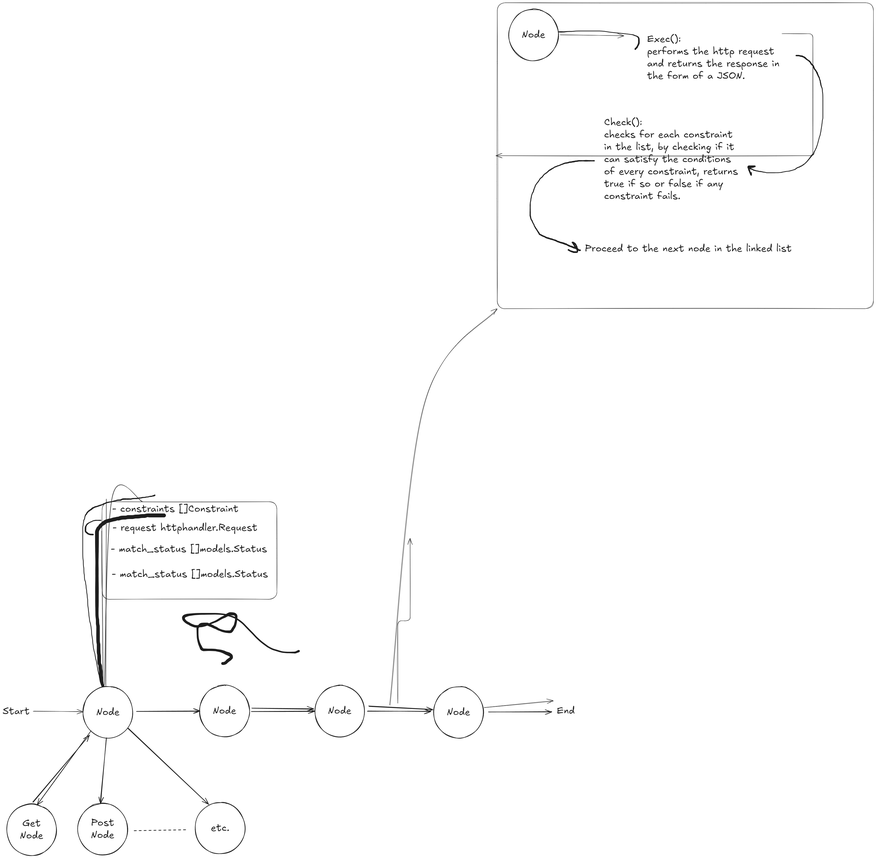
The Excalidraw diagram docs.excalidraw.png in ZiyadAlHaqbani/restngo, before a commit. Source tidied: one line per element, renumbered; positions are measured from the earlier drawing's top-left corner, leaving out a move shared by most shapes. The source it was exported from:
```json
{"id": 0, "type": "ellipse", "strokeColor": "#1e1e1e", "strokeWidth": 2, "roughness": 1, "round": true, "x": 294, "y": 2503, "width": 182, "height": 189}
{"id": 1, "type": "text", "text": "Node", "strokeColor": "#1e1e1e", "strokeWidth": 2, "roughness": 1, "fontSize": 36, "fontFamily": 5, "textAlign": "center", "verticalAlign": "middle", "inside": 0, "x": 342, "y": 2575, "width": 85, "height": 45}
{"id": 2, "type": "ellipse", "strokeColor": "#1e1e1e", "strokeWidth": 2, "roughness": 1, "round": true, "x": 14, "y": 2933, "width": 182, "height": 189}
{"id": 3, "type": "text", "text": "Get\nNode", "strokeColor": "#1e1e1e", "strokeWidth": 2, "roughness": 1, "fontSize": 36, "fontFamily": 5, "textAlign": "center", "verticalAlign": "middle", "inside": 2, "x": 63, "y": 2983, "width": 85, "height": 90}
{"id": 4, "type": "ellipse", "strokeColor": "#1e1e1e", "strokeWidth": 2, "roughness": 1, "round": true, "x": 274, "y": 2931, "width": 182, "height": 189}
{"id": 5, "type": "text", "text": "Post\nNode", "strokeColor": "#1e1e1e", "strokeWidth": 2, "roughness": 1, "fontSize": 36, "fontFamily": 5, "textAlign": "center", "verticalAlign": "middle", "inside": 4, "x": 323, "y": 2981, "width": 85, "height": 90}
{"id": 6, "type": "ellipse", "strokeColor": "#1e1e1e", "strokeWidth": 2, "roughness": 1, "round": true, "x": 704, "y": 2927, "width": 182, "height": 189}
{"id": 7, "type": "text", "text": "etc.", "strokeColor": "#1e1e1e", "strokeWidth": 2, "roughness": 1, "fontSize": 36, "fontFamily": 5, "textAlign": "center", "verticalAlign": "middle", "inside": 6, "x": 762, "y": 2999, "width": 67, "height": 45}
{"id": 8, "type": "arrow", "strokeColor": "#1e1e1e", "strokeWidth": 2, "roughness": 1, "endArrowhead": "arrow", "round": true, "from": 0, "to": 2, "x": 323, "y": 2665, "width": 198, "height": 270, "points": [[0, 0], [-198, 270]]}
{"id": 9, "type": "arrow", "strokeColor": "#1e1e1e", "strokeWidth": 2, "roughness": 1, "endArrowhead": "arrow", "round": true, "from": 0, "to": 4, "x": 379, "y": 2691, "width": 22, "height": 240, "points": [[0, 0], [-22, 240]]}
{"id": 10, "type": "arrow", "strokeColor": "#1e1e1e", "strokeWidth": 2, "roughness": 1, "endArrowhead": "arrow", "round": true, "from": 0, "to": 6, "x": 458, "y": 2656, "width": 295, "height": 278, "points": [[0, 0], [295, 278]]}
{"id": 11, "type": "line", "strokeColor": "#1e1e1e", "strokeWidth": 2, "strokeStyle": "dashed", "roughness": 1, "round": true, "x": 480, "y": 3031, "width": 194, "height": 5, "points": [[0, 0], [194, -5]]}
{"id": 12, "type": "ellipse", "strokeColor": "#1e1e1e", "strokeWidth": 2, "roughness": 1, "round": true, "x": 721, "y": 2499, "width": 182, "height": 189}
{"id": 13, "type": "text", "text": "Node", "strokeColor": "#1e1e1e", "strokeWidth": 2, "roughness": 1, "fontSize": 36, "fontFamily": 5, "textAlign": "center", "verticalAlign": "middle", "inside": 12, "x": 769, "y": 2571, "width": 85, "height": 45}
{"id": 14, "type": "arrow", "strokeColor": "#1e1e1e", "strokeWidth": 2, "roughness": 1, "endArrowhead": "arrow", "round": true, "x": 490, "y": 2594, "width": 231, "height": 1, "points": [[0, 0], [231, -1]]}
{"id": 15, "type": "ellipse", "strokeColor": "#1e1e1e", "strokeWidth": 2, "roughness": 1, "round": true, "x": 1142, "y": 2499, "width": 182, "height": 189}
{"id": 16, "type": "text", "text": "Node", "strokeColor": "#1e1e1e", "strokeWidth": 2, "roughness": 1, "fontSize": 36, "fontFamily": 5, "textAlign": "center", "verticalAlign": "middle", "inside": 15, "x": 1191, "y": 2571, "width": 85, "height": 45}
{"id": 17, "type": "text", "text": "- constraints []Constraint", "strokeColor": "#1e1e1e", "strokeWidth": 1, "strokeStyle": "dashed", "roughness": 1, "fontSize": 36, "fontFamily": 5, "x": 401, "y": 1831, "width": 462, "height": 45}
{"id": 18, "type": "text", "text": "- request httphandler.Request", "strokeColor": "#1e1e1e", "strokeWidth": 1, "strokeStyle": "dashed", "roughness": 1, "fontSize": 36, "fontFamily": 5, "x": 402, "y": 1900, "width": 530, "height": 45}
{"id": 19, "type": "text", "text": "- match_status []models.Status", "strokeColor": "#1e1e1e", "strokeWidth": 1, "strokeStyle": "dashed", "roughness": 1, "fontSize": 36, "fontFamily": 5, "x": 396, "y": 1978, "width": 571, "height": 45}
{"id": 20, "type": "text", "text": "- match_status []models.Status", "strokeColor": "#1e1e1e", "strokeWidth": 1, "strokeStyle": "dashed", "roughness": 1, "fontSize": 36, "fontFamily": 5, "x": 399, "y": 2070, "width": 571, "height": 45}
{"id": 21, "type": "rectangle", "strokeColor": "#1e1e1e", "strokeWidth": 1, "roughness": 1, "round": true, "x": 364, "y": 1827, "width": 640, "height": 357}
{"id": 22, "type": "line", "strokeColor": "#1e1e1e", "strokeWidth": 1, "roughness": 1, "round": true, "x": 368, "y": 2501, "width": 5, "height": 566, "points": [[0, 0], [-5, -566]]}
{"id": 23, "type": "arrow", "strokeColor": "#1e1e1e", "strokeWidth": 1, "roughness": 1, "endArrowhead": "arrow", "round": true, "to": 0, "x": 111, "y": 2595, "width": 182, "height": 0, "points": [[0, 0], [182, 0]]}
{"id": 24, "type": "text", "text": "Start", "strokeColor": "#1e1e1e", "strokeWidth": 1, "roughness": 1, "fontSize": 36, "fontFamily": 5, "x": 0, "y": 2572, "width": 99, "height": 45}
{"id": 25, "type": "ellipse", "strokeColor": "#1e1e1e", "strokeWidth": 2, "roughness": 1, "round": true, "x": 1577, "y": 2503, "width": 182, "height": 189}
{"id": 26, "type": "text", "text": "Node", "strokeColor": "#1e1e1e", "strokeWidth": 2, "roughness": 1, "fontSize": 36, "fontFamily": 5, "textAlign": "center", "verticalAlign": "middle", "inside": 25, "x": 1625, "y": 2575, "width": 85, "height": 45}
{"id": 27, "type": "text", "text": "End", "strokeColor": "#1e1e1e", "strokeWidth": 1, "roughness": 1, "fontSize": 36, "fontFamily": 5, "x": 2028, "y": 2571, "width": 66, "height": 45}
{"id": 28, "type": "arrow", "strokeColor": "#1e1e1e", "strokeWidth": 1, "roughness": 1, "endArrowhead": "arrow", "round": true, "x": 1416, "y": 2572, "width": 394, "height": 1450, "points": [[0, 0], [125, -1096], [394, -1450]]}
{"id": 29, "type": "rectangle", "strokeColor": "#1e1e1e", "strokeWidth": 1, "roughness": 1, "round": true, "x": 1810, "y": 0, "width": 1377, "height": 1120}
{"id": 30, "type": "arrow", "strokeColor": "#1e1e1e", "strokeWidth": 2, "roughness": 1, "endArrowhead": "arrow", "round": true, "x": 911, "y": 2594, "width": 231, "height": 1, "points": [[0, 0], [231, -1]]}
{"id": 31, "type": "arrow", "strokeColor": "#1e1e1e", "strokeWidth": 2, "roughness": 1, "endArrowhead": "arrow", "round": true, "x": 1335, "y": 2594, "width": 231, "height": 1, "points": [[0, 0], [231, -1]]}
{"id": 32, "type": "arrow", "strokeColor": "#1e1e1e", "strokeWidth": 2, "roughness": 1, "endArrowhead": "arrow", "round": true, "x": 1778, "y": 2595, "width": 231, "height": 1, "points": [[0, 0], [231, -1]]}
{"id": 33, "type": "ellipse", "strokeColor": "#1e1e1e", "strokeWidth": 2, "roughness": 1, "round": true, "x": 1852, "y": 23, "width": 182, "height": 189}
{"id": 34, "type": "text", "text": "Node", "strokeColor": "#1e1e1e", "strokeWidth": 2, "roughness": 1, "fontSize": 36, "fontFamily": 5, "textAlign": "center", "verticalAlign": "middle", "inside": 33, "x": 1900, "y": 96, "width": 85, "height": 45}
{"id": 35, "type": "arrow", "strokeColor": "#1e1e1e", "strokeWidth": 1, "roughness": 1, "endArrowhead": "arrow", "round": true, "x": 2040, "y": 118, "width": 0, "height": 1, "points": [[0, 0], [233, 4]]}
{"id": 36, "type": "text", "text": "Exec():\nperforms the http request\nand returns the response in\nthe form of a JSON.", "strokeColor": "#1e1e1e", "strokeWidth": 1, "roughness": 1, "fontSize": 36, "fontFamily": 5, "x": 2358, "y": 112, "width": 485, "height": 180}
{"id": 37, "type": "freedraw", "strokeColor": "#1e1e1e", "strokeWidth": 1, "roughness": 1, "x": 2927, "y": 193, "width": 273, "height": 438, "points": [[-23, 0], [-5, 2], [16, 14], [31, 26], [44, 49], [57, 73], [66, 101], [75, 141], [75, 192], [72, 246], [65, 291], [51, 335], [38, 363], [10, 394], [-20, 410], [-64, 424], [-114, 429], [-151, 424], [-181, 420], [-197, 413], [-187, 408], [-175, 406], [-189, 406], [-195, 413], [-189, 436]]}
{"id": 38, "type": "text", "text": "Check():\nchecks for each constraint\nin the list, by checking if it\ncan satisfy the conditions\nof every constraint, returns\ntrue if so or false if any\nconstraint fails.", "strokeColor": "#1e1e1e", "strokeWidth": 1, "roughness": 1, "fontSize": 36, "fontFamily": 5, "x": 2201, "y": 417, "width": 490, "height": 315}
{"id": 39, "type": "freedraw", "strokeColor": "#1e1e1e", "strokeWidth": 1, "roughness": 1, "x": 2174, "y": 579, "width": 234, "height": 334, "points": [[-10, 0], [-41, 0], [-73, 2], [-102, 5], [-137, 17], [-169, 32], [-200, 60], [-227, 92], [-240, 133], [-244, 174], [-242, 207], [-227, 242], [-211, 268], [-186, 282], [-162, 288], [-137, 297], [-119, 304], [-98, 312], [-77, 319], [-64, 328], [-83, 311], [-83, 300], [-71, 324], [-83, 334], [-104, 328]]}
{"id": 40, "type": "text", "text": "Proceed to the next node in the linked list", "strokeColor": "#1e1e1e", "strokeWidth": 1, "roughness": 1, "fontSize": 36, "fontFamily": 5, "x": 2130, "y": 878, "width": 757, "height": 45}
```
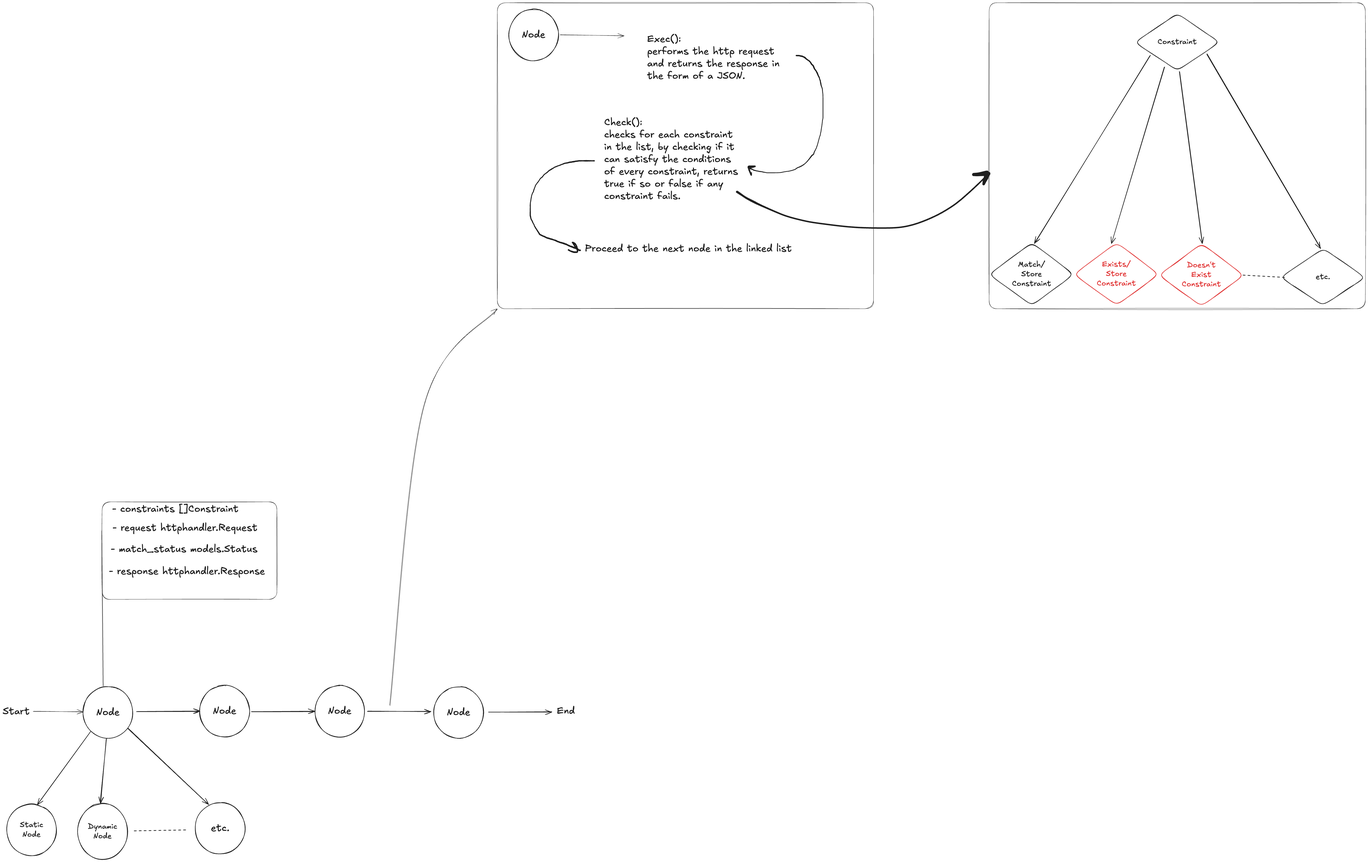
The same diagram one commit later.

Change to the diagram source:
```diff
@@ -1,13 +1,13 @@
 {"id": 0, "type": "ellipse", "strokeColor": "#1e1e1e", "strokeWidth": 2, "roughness": 1, "round": true, "x": 294, "y": 2503, "width": 182, "height": 189}
 {"id": 1, "type": "text", "text": "Node", "strokeColor": "#1e1e1e", "strokeWidth": 2, "roughness": 1, "fontSize": 36, "fontFamily": 5, "textAlign": "center", "verticalAlign": "middle", "inside": 0, "x": 342, "y": 2575, "width": 85, "height": 45}
 {"id": 2, "type": "ellipse", "strokeColor": "#1e1e1e", "strokeWidth": 2, "roughness": 1, "round": true, "x": 14, "y": 2933, "width": 182, "height": 189}
-{"id": 3, "type": "text", "text": "Get\nNode", "strokeColor": "#1e1e1e", "strokeWidth": 2, "roughness": 1, "fontSize": 36, "fontFamily": 5, "textAlign": "center", "verticalAlign": "middle", "inside": 2, "x": 63, "y": 2983, "width": 85, "height": 90}
+{"id": 3, "type": "text", "text": "Static\nNode", "strokeColor": "#1e1e1e", "strokeWidth": 2, "roughness": 1, "fontSize": 28, "fontFamily": 5, "textAlign": "center", "verticalAlign": "middle", "inside": 2, "x": 63, "y": 2992, "width": 85, "height": 70}
-{"id": 4, "type": "ellipse", "strokeColor": "#1e1e1e", "strokeWidth": 2, "roughness": 1, "round": true, "x": 274, "y": 2931, "width": 182, "height": 189}
+{"id": 4, "type": "ellipse", "strokeColor": "#1e1e1e", "strokeWidth": 2, "roughness": 1, "round": true, "x": 274, "y": 2931, "width": 182, "height": 205}
-{"id": 5, "type": "text", "text": "Post\nNode", "strokeColor": "#1e1e1e", "strokeWidth": 2, "roughness": 1, "fontSize": 36, "fontFamily": 5, "textAlign": "center", "verticalAlign": "middle", "inside": 4, "x": 323, "y": 2981, "width": 85, "height": 90}
+{"id": 5, "type": "text", "text": "Dynamic\nNode", "strokeColor": "#1e1e1e", "strokeWidth": 2, "roughness": 1, "fontSize": 28, "fontFamily": 5, "textAlign": "center", "verticalAlign": "middle", "inside": 4, "x": 312, "y": 2998, "width": 107, "height": 70}
 {"id": 6, "type": "ellipse", "strokeColor": "#1e1e1e", "strokeWidth": 2, "roughness": 1, "round": true, "x": 704, "y": 2927, "width": 182, "height": 189}
 {"id": 7, "type": "text", "text": "etc.", "strokeColor": "#1e1e1e", "strokeWidth": 2, "roughness": 1, "fontSize": 36, "fontFamily": 5, "textAlign": "center", "verticalAlign": "middle", "inside": 6, "x": 762, "y": 2999, "width": 67, "height": 45}
-{"id": 8, "type": "arrow", "strokeColor": "#1e1e1e", "strokeWidth": 2, "roughness": 1, "endArrowhead": "arrow", "round": true, "from": 0, "to": 2, "x": 323, "y": 2665, "width": 198, "height": 270, "points": [[0, 0], [-198, 270]]}
+{"id": 8, "type": "arrow", "strokeColor": "#1e1e1e", "strokeWidth": 2, "roughness": 1, "endArrowhead": "arrow", "round": true, "from": 0, "to": 2, "x": 322, "y": 2667, "width": 196, "height": 267, "points": [[0, 0], [-196, 267]]}
-{"id": 9, "type": "arrow", "strokeColor": "#1e1e1e", "strokeWidth": 2, "roughness": 1, "endArrowhead": "arrow", "round": true, "from": 0, "to": 4, "x": 379, "y": 2691, "width": 22, "height": 240, "points": [[0, 0], [-22, 240]]}
+{"id": 9, "type": "arrow", "strokeColor": "#1e1e1e", "strokeWidth": 2, "roughness": 1, "endArrowhead": "arrow", "round": true, "from": 0, "to": 4, "x": 379, "y": 2693, "width": 22, "height": 238, "points": [[0, 0], [-22, 238]]}
 {"id": 10, "type": "arrow", "strokeColor": "#1e1e1e", "strokeWidth": 2, "roughness": 1, "endArrowhead": "arrow", "round": true, "from": 0, "to": 6, "x": 458, "y": 2656, "width": 295, "height": 278, "points": [[0, 0], [295, 278]]}
 {"id": 11, "type": "line", "strokeColor": "#1e1e1e", "strokeWidth": 2, "strokeStyle": "dashed", "roughness": 1, "round": true, "x": 480, "y": 3031, "width": 194, "height": 5, "points": [[0, 0], [194, -5]]}
 {"id": 12, "type": "ellipse", "strokeColor": "#1e1e1e", "strokeWidth": 2, "roughness": 1, "round": true, "x": 721, "y": 2499, "width": 182, "height": 189}
@@ -17,8 +17,7 @@
 {"id": 16, "type": "text", "text": "Node", "strokeColor": "#1e1e1e", "strokeWidth": 2, "roughness": 1, "fontSize": 36, "fontFamily": 5, "textAlign": "center", "verticalAlign": "middle", "inside": 15, "x": 1191, "y": 2571, "width": 85, "height": 45}
 {"id": 17, "type": "text", "text": "- constraints []Constraint", "strokeColor": "#1e1e1e", "strokeWidth": 1, "strokeStyle": "dashed", "roughness": 1, "fontSize": 36, "fontFamily": 5, "x": 401, "y": 1831, "width": 462, "height": 45}
 {"id": 18, "type": "text", "text": "- request httphandler.Request", "strokeColor": "#1e1e1e", "strokeWidth": 1, "strokeStyle": "dashed", "roughness": 1, "fontSize": 36, "fontFamily": 5, "x": 402, "y": 1900, "width": 530, "height": 45}
-{"id": 19, "type": "text", "text": "- match_status []models.Status", "strokeColor": "#1e1e1e", "strokeWidth": 1, "strokeStyle": "dashed", "roughness": 1, "fontSize": 36, "fontFamily": 5, "x": 396, "y": 1978, "width": 571, "height": 45}
+{"id": 19, "type": "text", "text": "- match_status models.Status", "strokeColor": "#1e1e1e", "strokeWidth": 1, "strokeStyle": "dashed", "roughness": 1, "fontSize": 36, "fontFamily": 5, "x": 396, "y": 1979, "width": 536, "height": 45}
-{"id": 20, "type": "text", "text": "- match_status []models.Status", "strokeColor": "#1e1e1e", "strokeWidth": 1, "strokeStyle": "dashed", "roughness": 1, "fontSize": 36, "fontFamily": 5, "x": 399, "y": 2070, "width": 571, "height": 45}
 {"id": 21, "type": "rectangle", "strokeColor": "#1e1e1e", "strokeWidth": 1, "roughness": 1, "round": true, "x": 364, "y": 1827, "width": 640, "height": 357}
 {"id": 22, "type": "line", "strokeColor": "#1e1e1e", "strokeWidth": 1, "roughness": 1, "round": true, "x": 368, "y": 2501, "width": 5, "height": 566, "points": [[0, 0], [-5, -566]]}
 {"id": 23, "type": "arrow", "strokeColor": "#1e1e1e", "strokeWidth": 1, "roughness": 1, "endArrowhead": "arrow", "round": true, "to": 0, "x": 111, "y": 2595, "width": 182, "height": 0, "points": [[0, 0], [182, 0]]}
@@ -33,9 +32,27 @@
 {"id": 32, "type": "arrow", "strokeColor": "#1e1e1e", "strokeWidth": 2, "roughness": 1, "endArrowhead": "arrow", "round": true, "x": 1778, "y": 2595, "width": 231, "height": 1, "points": [[0, 0], [231, -1]]}
 {"id": 33, "type": "ellipse", "strokeColor": "#1e1e1e", "strokeWidth": 2, "roughness": 1, "round": true, "x": 1852, "y": 23, "width": 182, "height": 189}
 {"id": 34, "type": "text", "text": "Node", "strokeColor": "#1e1e1e", "strokeWidth": 2, "roughness": 1, "fontSize": 36, "fontFamily": 5, "textAlign": "center", "verticalAlign": "middle", "inside": 33, "x": 1900, "y": 96, "width": 85, "height": 45}
-{"id": 35, "type": "arrow", "strokeColor": "#1e1e1e", "strokeWidth": 1, "roughness": 1, "endArrowhead": "arrow", "round": true, "x": 2040, "y": 118, "width": 0, "height": 1, "points": [[0, 0], [233, 4]]}
+{"id": 35, "type": "arrow", "strokeColor": "#1e1e1e", "strokeWidth": 1, "roughness": 1, "endArrowhead": "arrow", "round": true, "x": 2040, "y": 118, "width": 233, "height": 4, "points": [[0, 0], [233, 4]]}
 {"id": 36, "type": "text", "text": "Exec():\nperforms the http request\nand returns the response in\nthe form of a JSON.", "strokeColor": "#1e1e1e", "strokeWidth": 1, "roughness": 1, "fontSize": 36, "fontFamily": 5, "x": 2358, "y": 112, "width": 485, "height": 180}
 {"id": 37, "type": "freedraw", "strokeColor": "#1e1e1e", "strokeWidth": 1, "roughness": 1, "x": 2927, "y": 193, "width": 273, "height": 438, "points": [[-23, 0], [-5, 2], [16, 14], [31, 26], [44, 49], [57, 73], [66, 101], [75, 141], [75, 192], [72, 246], [65, 291], [51, 335], [38, 363], [10, 394], [-20, 410], [-64, 424], [-114, 429], [-151, 424], [-181, 420], [-197, 413], [-187, 408], [-175, 406], [-189, 406], [-195, 413], [-189, 436]]}
 {"id": 38, "type": "text", "text": "Check():\nchecks for each constraint\nin the list, by checking if it\ncan satisfy the conditions\nof every constraint, returns\ntrue if so or false if any\nconstraint fails.", "strokeColor": "#1e1e1e", "strokeWidth": 1, "roughness": 1, "fontSize": 36, "fontFamily": 5, "x": 2201, "y": 417, "width": 490, "height": 315}
 {"id": 39, "type": "freedraw", "strokeColor": "#1e1e1e", "strokeWidth": 1, "roughness": 1, "x": 2174, "y": 579, "width": 234, "height": 334, "points": [[-10, 0], [-41, 0], [-73, 2], [-102, 5], [-137, 17], [-169, 32], [-200, 60], [-227, 92], [-240, 133], [-244, 174], [-242, 207], [-227, 242], [-211, 268], [-186, 282], [-162, 288], [-137, 297], [-119, 304], [-98, 312], [-77, 319], [-64, 328], [-83, 311], [-83, 300], [-71, 324], [-83, 334], [-104, 328]]}
 {"id": 40, "type": "text", "text": "Proceed to the next node in the linked list", "strokeColor": "#1e1e1e", "strokeWidth": 1, "roughness": 1, "fontSize": 36, "fontFamily": 5, "x": 2130, "y": 878, "width": 757, "height": 45}
+{"id": 41, "type": "text", "text": "- response httphandler.Response", "strokeColor": "#1e1e1e", "strokeWidth": 1, "strokeStyle": "dashed", "roughness": 1, "fontSize": 36, "fontFamily": 5, "x": 389, "y": 2059, "width": 571, "height": 45}
+{"id": 42, "type": "freedraw", "strokeColor": "#1e1e1e", "strokeWidth": 2, "roughness": 1, "x": 2687, "y": 692, "width": 923, "height": 205, "points": [[0, 0], [21, 14], [50, 31], [82, 47], [148, 76], [218, 100], [296, 115], [439, 131], [591, 132], [683, 108], [812, 37], [891, -36], [921, -69], [917, -55], [902, -29], [904, -41], [911, -64], [915, -71], [904, -70], [875, -64], [865, -63], [871, -63], [900, -63], [918, -63], [921, -68]]}
+{"id": 43, "type": "rectangle", "strokeColor": "#1e1e1e", "strokeWidth": 1, "roughness": 1, "round": true, "x": 3610, "y": 0, "width": 1377, "height": 1120}
+{"id": 44, "type": "diamond", "strokeColor": "#1e1e1e", "strokeWidth": 2, "roughness": 1, "round": true, "x": 4143, "y": 40, "width": 310, "height": 208}
+{"id": 45, "type": "text", "text": "Constraint", "strokeColor": "#1e1e1e", "strokeWidth": 2, "roughness": 1, "fontSize": 28, "fontFamily": 5, "textAlign": "center", "verticalAlign": "middle", "inside": 44, "x": 4226, "y": 126, "width": 143, "height": 35}
+{"id": 46, "type": "diamond", "strokeColor": "#1e1e1e", "strokeWidth": 2, "roughness": 1, "round": true, "x": 3610, "y": 878, "width": 310, "height": 230}
+{"id": 47, "type": "text", "text": "Match/\nStore\nConstraint", "strokeColor": "#1e1e1e", "strokeWidth": 2, "roughness": 1, "fontSize": 28, "fontFamily": 5, "textAlign": "center", "verticalAlign": "middle", "inside": 46, "x": 3693, "y": 941, "width": 143, "height": 105}
+{"id": 48, "type": "diamond", "strokeColor": "#e03131", "strokeWidth": 2, "roughness": 1, "round": true, "x": 3920, "y": 878, "width": 310, "height": 230}
+{"id": 49, "type": "text", "text": "Exists/\nStore\nConstraint", "strokeColor": "#e03131", "strokeWidth": 2, "roughness": 1, "fontSize": 28, "fontFamily": 5, "textAlign": "center", "verticalAlign": "middle", "inside": 48, "x": 4003, "y": 940, "width": 143, "height": 105}
+{"id": 50, "type": "diamond", "strokeColor": "#1e1e1e", "strokeWidth": 2, "roughness": 1, "round": true, "x": 4676, "y": 900, "width": 310, "height": 208}
+{"id": 51, "type": "text", "text": "etc.", "strokeColor": "#1e1e1e", "strokeWidth": 2, "roughness": 1, "fontSize": 28, "fontFamily": 5, "textAlign": "center", "verticalAlign": "middle", "inside": 50, "x": 4805, "y": 987, "width": 52, "height": 35}
+{"id": 52, "type": "arrow", "strokeColor": "#1e1e1e", "strokeWidth": 2, "roughness": 1, "endArrowhead": "arrow", "round": true, "x": 4198, "y": 194, "width": 2, "height": 2, "points": [[0, 0], [-423, 687]]}
+{"id": 53, "type": "arrow", "strokeColor": "#1e1e1e", "strokeWidth": 2, "roughness": 1, "endArrowhead": "arrow", "round": true, "from": 44, "to": 48, "x": 4251, "y": 236, "width": 194, "height": 644, "points": [[0, 0], [-194, 644]]}
+{"id": 54, "type": "arrow", "strokeColor": "#1e1e1e", "strokeWidth": 2, "roughness": 1, "endArrowhead": "arrow", "round": true, "from": 44, "to": 50, "x": 4406, "y": 187, "width": 417, "height": 712, "points": [[0, 0], [417, 712]]}
+{"id": 55, "type": "line", "strokeColor": "#1e1e1e", "strokeWidth": 2, "strokeStyle": "dashed", "roughness": 1, "round": true, "x": 4540, "y": 997, "width": 158, "height": 8, "points": [[0, 0], [158, 8]]}
+{"id": 56, "type": "diamond", "strokeColor": "#e03131", "strokeWidth": 2, "roughness": 1, "round": true, "x": 4231, "y": 881, "width": 310, "height": 230}
+{"id": 57, "type": "text", "text": "Doesn't\nExist\nConstraint", "strokeColor": "#e03131", "strokeWidth": 2, "roughness": 1, "fontSize": 28, "fontFamily": 5, "textAlign": "center", "verticalAlign": "middle", "inside": 56, "x": 4315, "y": 944, "width": 143, "height": 105}
+{"id": 58, "type": "arrow", "strokeColor": "#1e1e1e", "strokeWidth": 2, "roughness": 1, "endArrowhead": "arrow", "round": true, "from": 44, "to": 56, "x": 4307, "y": 253, "width": 83, "height": 627, "points": [[0, 0], [83, 627]]}
```
